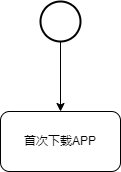
suibianlx/business_architect keeps this draw.io diagram as Untitled Diagram.drawio.png. Above is the earlier version. Source tidied: cells renumbered, new cells last; positions are measured from the earlier drawing's top-left corner, leaving out a move shared by most shapes.
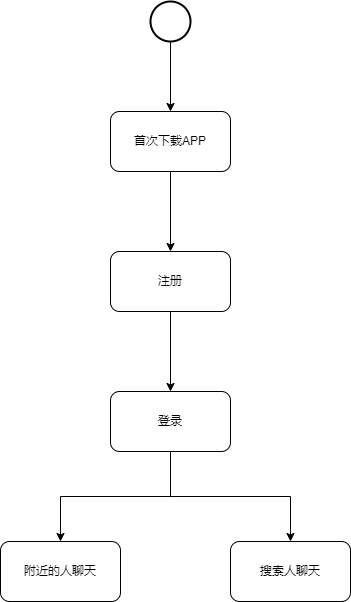
After the change.

The edit, as a diff of the source:
```diff
@@ -8,8 +8,32 @@
     <mxCell id="3" style="strokeWidth=2;html=1;shape=mxgraph.flowchart.start_2;whiteSpace=wrap;" parent="1" vertex="1">
       <mxGeometry x="40" width="40" height="40" as="geometry" />
     </mxCell>
+    <mxCell id="5" style="edgeStyle=orthogonalEdgeStyle;rounded=0;jettySize=auto;html=1;" parent="1" edge="1" source="4" target="7">
+      <mxGeometry relative="1" as="geometry" />
+    </mxCell>
     <mxCell id="4" value="首次下载APP" style="rounded=1;whiteSpace=wrap;html=1;" parent="1" vertex="1">
       <mxGeometry y="110" width="120" height="60" as="geometry" />
     </mxCell>
+    <mxCell id="6" style="edgeStyle=orthogonalEdgeStyle;rounded=0;jettySize=auto;html=1;" parent="1" edge="1" source="7" target="10">
+      <mxGeometry relative="1" as="geometry" />
+    </mxCell>
+    <mxCell id="7" value="注册" style="rounded=1;whiteSpace=wrap;html=1;" parent="1" vertex="1">
+      <mxGeometry y="250" width="120" height="60" as="geometry" />
+    </mxCell>
+    <mxCell id="8" style="edgeStyle=orthogonalEdgeStyle;rounded=0;jettySize=auto;html=1;" parent="1" edge="1" source="10" target="11">
+      <mxGeometry relative="1" as="geometry" />
+    </mxCell>
+    <mxCell id="9" style="edgeStyle=orthogonalEdgeStyle;rounded=0;jettySize=auto;html=1;" parent="1" edge="1" source="10" target="12">
+      <mxGeometry relative="1" as="geometry" />
+    </mxCell>
+    <mxCell id="10" value="登录" style="whiteSpace=wrap;html=1;rounded=1;" parent="1" vertex="1">
+      <mxGeometry y="390" width="120" height="60" as="geometry" />
+    </mxCell>
+    <mxCell id="11" value="附近的人聊天" style="whiteSpace=wrap;html=1;rounded=1;" parent="1" vertex="1">
+      <mxGeometry x="-110" y="540" width="120" height="60" as="geometry" />
+    </mxCell>
+    <mxCell id="12" value="搜索人聊天" style="whiteSpace=wrap;html=1;rounded=1;" parent="1" vertex="1">
+      <mxGeometry x="120" y="540" width="120" height="60" as="geometry" />
+    </mxCell>
   </root>
 </mxGraphModel>
```
